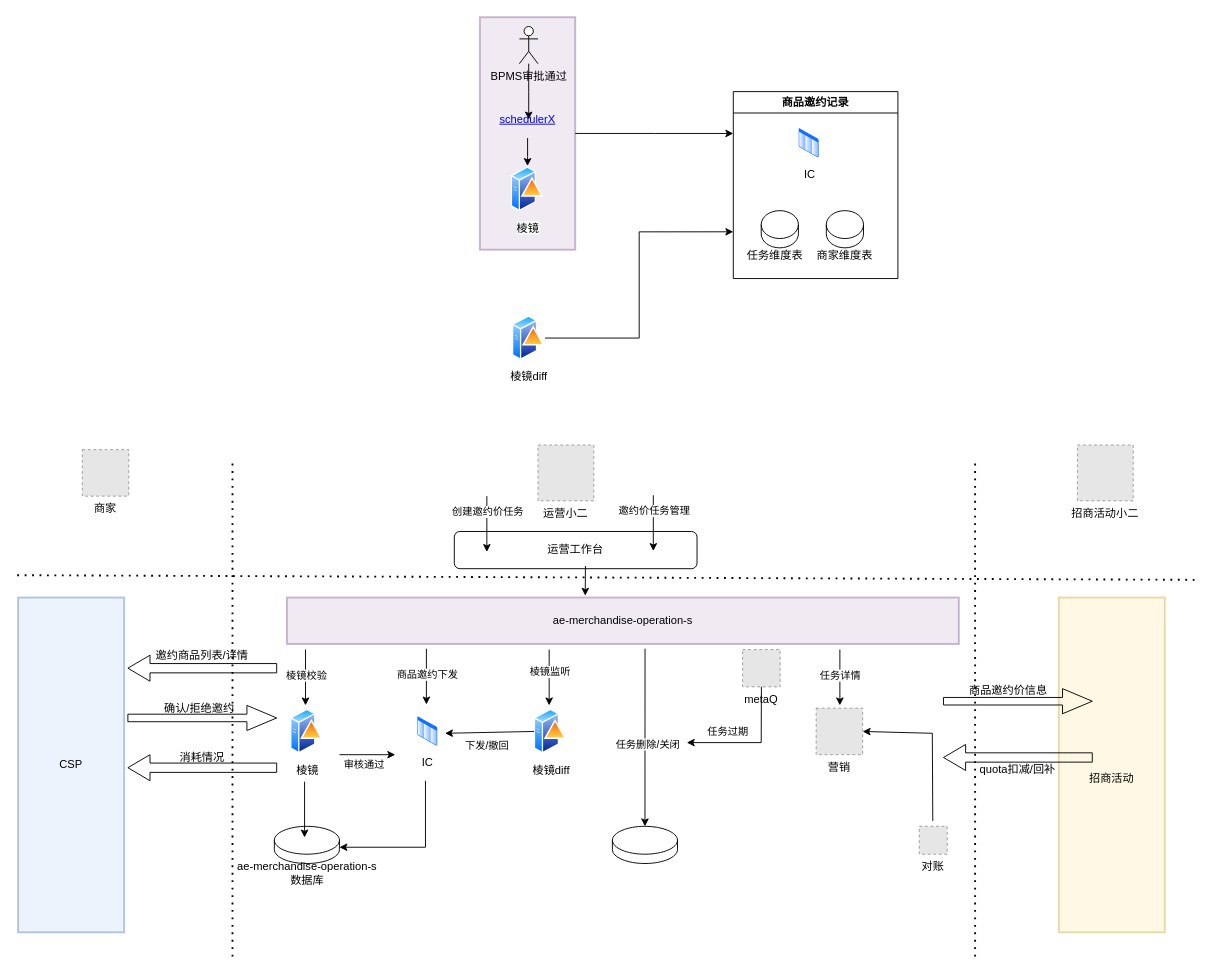
This is my.drawio from lazy-snail/ImageHosting, a draw.io file, before an edit. Source tidied: cells renumbered, new cells numbered last; positions are measured from the earlier drawing's top-left corner, leaving out a move shared by most shapes. Both pictures are drawn from the tidied source at 93%, with x=0, y=0 at pixel (17, 17). Pictures stored in the file or linked from it are replaced by grey dashed boxes.
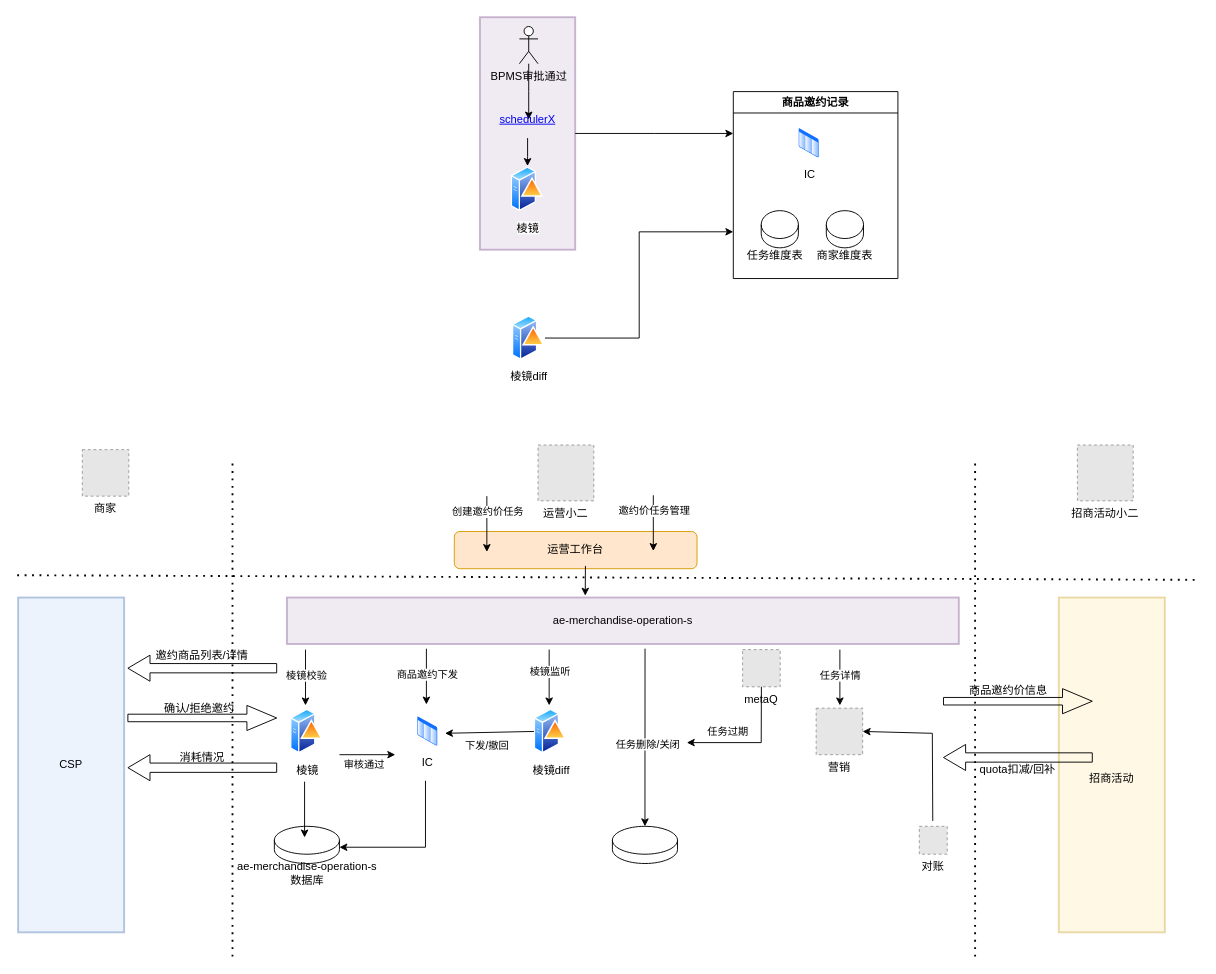
After the change.

Change to the diagram source:
```diff
@@
-    <mxCell id="19" value="运营工作台" style="rounded=1;whiteSpace=wrap;html=1;fillColor=none;" parent="1" vertex="1">
+    <mxCell id="19" value="运营工作台" style="rounded=1;whiteSpace=wrap;html=1;fillColor=#ffe6cc;strokeColor=#d79b00;" parent="1" vertex="1">
       <mxGeometry x="470" y="553" width="261" height="40" as="geometry" />
     </mxCell>
```
